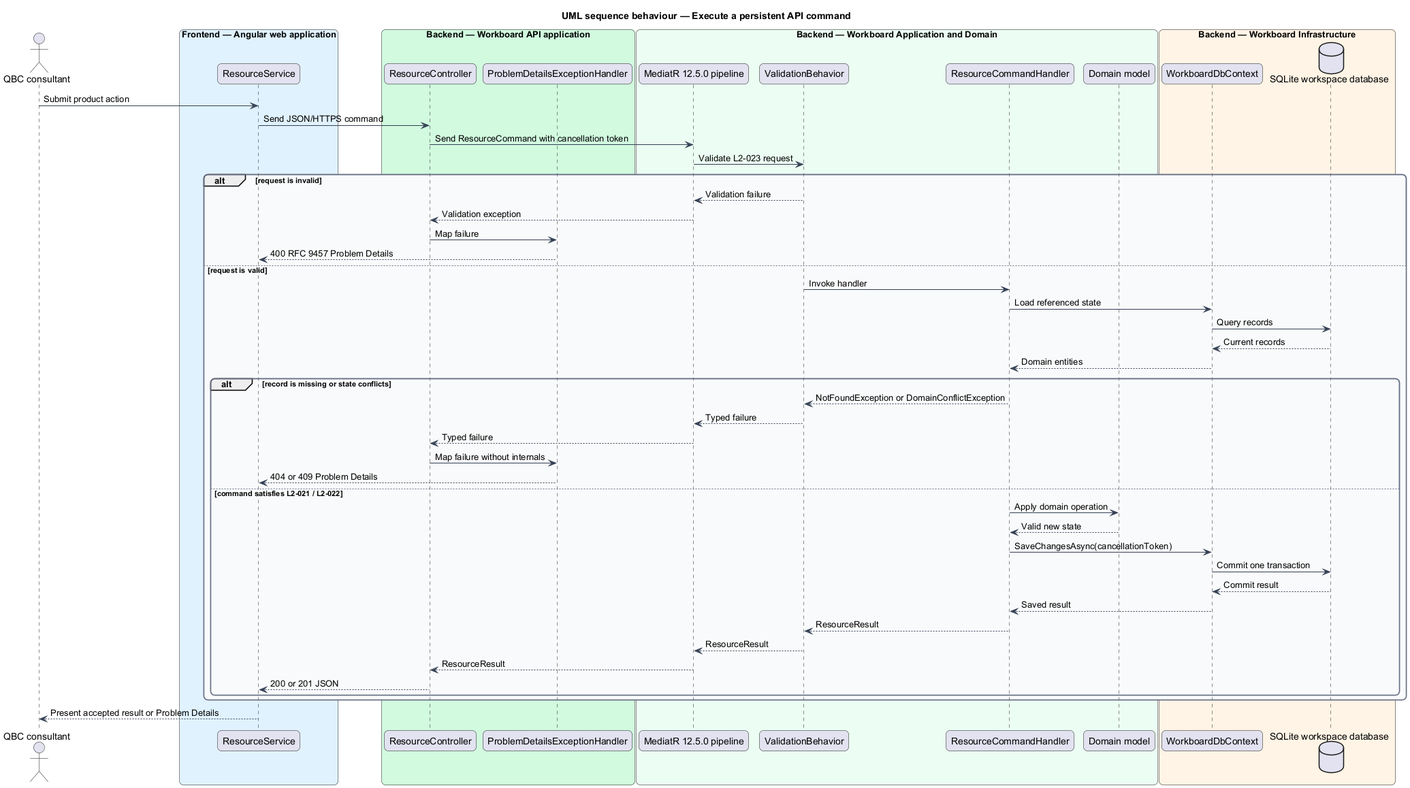
Above: docs/detailed-designs/platform/serve-persistent-workspace/diagrams/sequence-persist-command.png in QuinntyneBrown/quinntyne-brown-consulting (PlantUML), before the change.
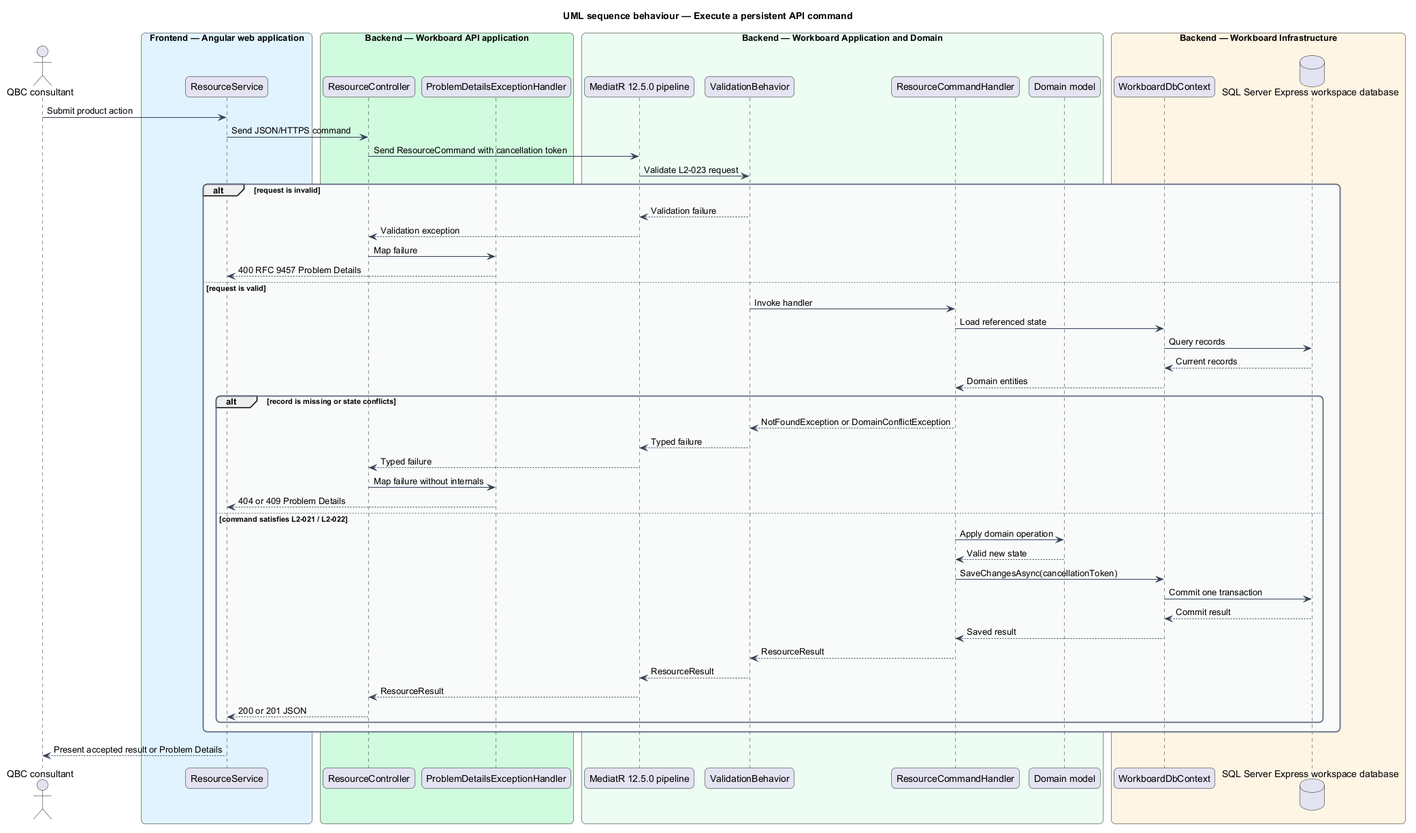
Later version of the same file.

Change to the diagram source:
```diff
@@ -30,7 +30,7 @@
 end box
 box "Backend — Workboard Infrastructure" #FFF4E5
   participant "WorkboardDbContext" as context
-  database "SQLite workspace database" as db
+  database "SQL Server Express workspace database" as db
 end box
 
 actor -> client : Submit product action
```
